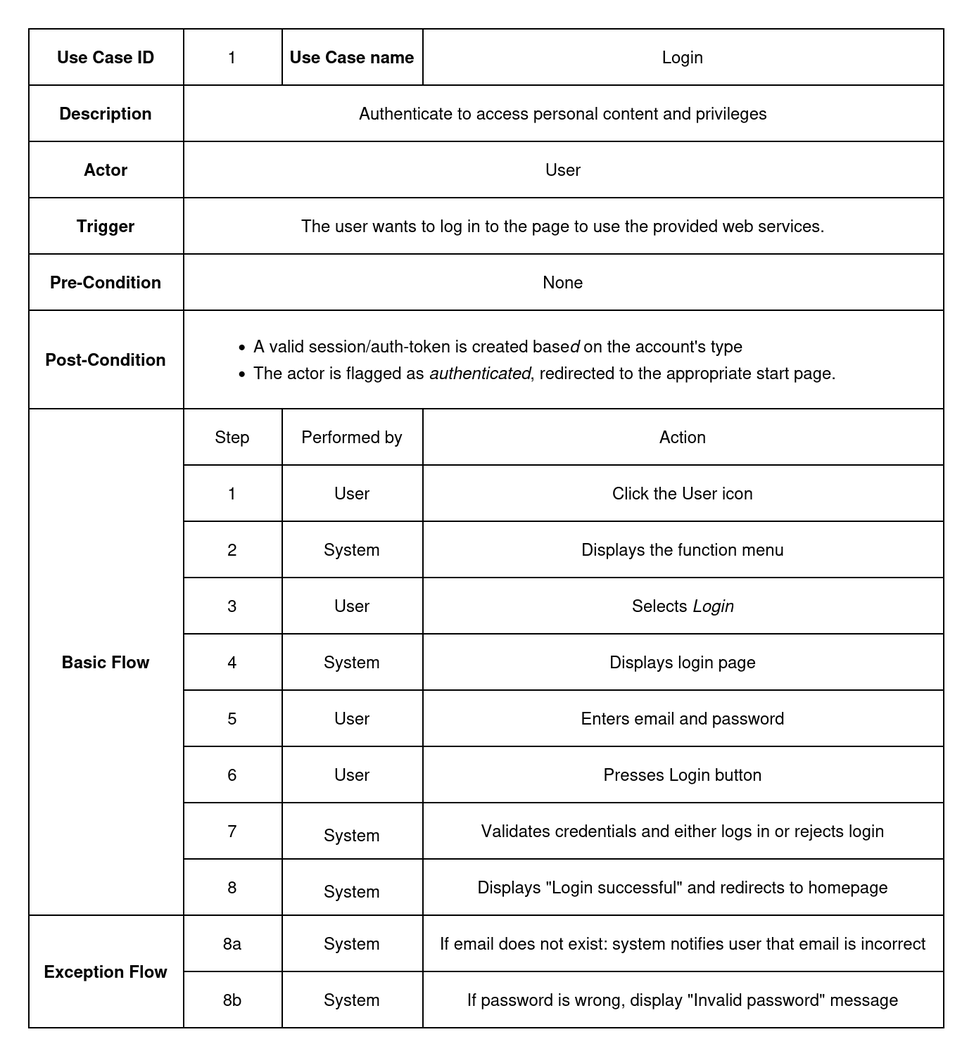
This is documentation/Images/usecase_metadata_card/uc_1_login.drawio.png from auphong2707/itse-laptopshop-management-web-application, a draw.io export, as it was before one commit. Source tidied: cells renumbered, new cells last; positions are measured from the earlier drawing's top-left corner, leaving out a move shared by most shapes.
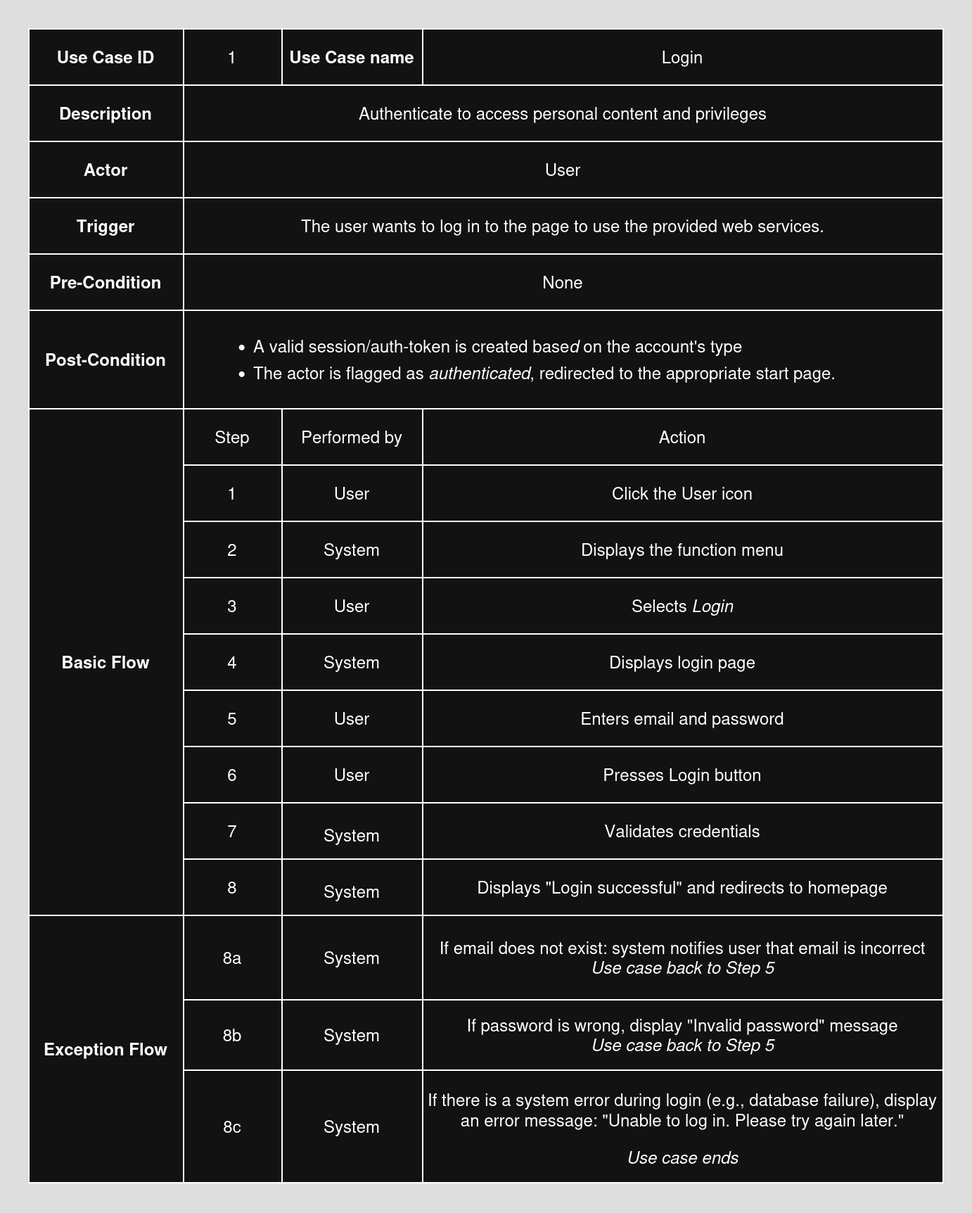
Later version of the same file.

The edit, as a diff of the source:
```diff
@@ -3,7 +3,7 @@
     <mxCell id="0" />
     <mxCell id="1" parent="0" />
     <mxCell id="2" style="shape=table;startSize=0;" parent="1" vertex="1">
-      <mxGeometry width="650" height="710" as="geometry" />
+      <mxGeometry width="650" height="820" as="geometry" />
     </mxCell>
     <mxCell id="3" style="shape=tableRow;horizontal=0;startSize=0;swimlaneHead=0;swimlaneBody=0;strokeColor=inherit;top=0;left=0;bottom=0;right=0;fillColor=none;" parent="2" vertex="1">
       <mxGeometry width="650" height="40" as="geometry" />
@@ -161,7 +161,7 @@
     <mxCell id="54" value="&lt;table&gt;&lt;tbody&gt;&lt;tr&gt;&lt;td class=&quot;max-w-[calc(var(--thread-content-max-width)*2/3)]&quot;&gt;&lt;/td&gt;&lt;/tr&gt;&lt;/tbody&gt;&lt;/table&gt;&lt;table&gt;&lt;tbody&gt;&lt;tr&gt;&lt;td class=&quot;max-w-[calc(var(--thread-content-max-width)*2/3)]&quot;&gt;System&lt;/td&gt;&lt;/tr&gt;&lt;/tbody&gt;&lt;/table&gt;" style="shape=partialRectangle;html=1;whiteSpace=wrap;strokeColor=inherit;overflow=hidden;fillColor=none;top=0;left=0;bottom=0;right=0;" parent="52" vertex="1">
       <mxGeometry x="180" width="100" height="40" as="geometry" />
     </mxCell>
-    <mxCell id="55" value="Validates credentials and either logs in or rejects login" style="shape=partialRectangle;html=1;whiteSpace=wrap;strokeColor=inherit;overflow=hidden;fillColor=none;top=0;left=0;bottom=0;right=0;" parent="52" vertex="1">
+    <mxCell id="55" value="Validates credentials" style="shape=partialRectangle;html=1;whiteSpace=wrap;strokeColor=inherit;overflow=hidden;fillColor=none;top=0;left=0;bottom=0;right=0;" parent="52" vertex="1">
       <mxGeometry x="280" width="370" height="40" as="geometry" />
     </mxCell>
     <mxCell id="56" style="shape=tableRow;horizontal=0;startSize=0;swimlaneHead=0;swimlaneBody=0;strokeColor=inherit;top=0;left=0;bottom=0;right=0;fillColor=none;" parent="2" vertex="1">
@@ -177,31 +177,43 @@
       <mxGeometry x="280" width="370" height="40" as="geometry" />
     </mxCell>
     <mxCell id="60" style="shape=tableRow;horizontal=0;startSize=0;swimlaneHead=0;swimlaneBody=0;strokeColor=inherit;top=0;left=0;bottom=0;right=0;fillColor=none;" parent="2" vertex="1">
-      <mxGeometry y="630" width="650" height="40" as="geometry" />
+      <mxGeometry y="630" width="650" height="60" as="geometry" />
     </mxCell>
-    <mxCell id="61" value="Exception Flow" style="shape=partialRectangle;html=1;whiteSpace=wrap;strokeColor=inherit;overflow=hidden;fillColor=none;top=0;left=0;bottom=0;right=0;fontStyle=1;rowspan=2;colspan=1;" parent="60" vertex="1">
-      <mxGeometry width="110" height="80" as="geometry" />
+    <mxCell id="61" value="Exception Flow" style="shape=partialRectangle;html=1;whiteSpace=wrap;strokeColor=inherit;overflow=hidden;fillColor=none;top=0;left=0;bottom=0;right=0;fontStyle=1;rowspan=3;colspan=1;" parent="60" vertex="1">
+      <mxGeometry width="110" height="190" as="geometry" />
     </mxCell>
     <mxCell id="62" value="8a" style="shape=partialRectangle;html=1;whiteSpace=wrap;strokeColor=inherit;overflow=hidden;fillColor=none;top=0;left=0;bottom=0;right=0;" parent="60" vertex="1">
-      <mxGeometry x="110" width="70" height="40" as="geometry" />
+      <mxGeometry x="110" width="70" height="60" as="geometry" />
     </mxCell>
     <mxCell id="63" value="System" style="shape=partialRectangle;html=1;whiteSpace=wrap;strokeColor=inherit;overflow=hidden;fillColor=none;top=0;left=0;bottom=0;right=0;" parent="60" vertex="1">
-      <mxGeometry x="180" width="100" height="40" as="geometry" />
+      <mxGeometry x="180" width="100" height="60" as="geometry" />
     </mxCell>
-    <mxCell id="64" value="If email does not exist: system notifies user that email is incorrect" style="shape=partialRectangle;html=1;whiteSpace=wrap;strokeColor=inherit;overflow=hidden;fillColor=none;top=0;left=0;bottom=0;right=0;" parent="60" vertex="1">
-      <mxGeometry x="280" width="370" height="40" as="geometry" />
+    <mxCell id="64" value="&lt;div&gt;If email does not exist: system notifies user that email is incorrect&lt;/div&gt;&lt;div&gt;&lt;i&gt;Use case back to Step 5&lt;/i&gt;&lt;/div&gt;" style="shape=partialRectangle;html=1;whiteSpace=wrap;strokeColor=inherit;overflow=hidden;fillColor=none;top=0;left=0;bottom=0;right=0;" parent="60" vertex="1">
+      <mxGeometry x="280" width="370" height="60" as="geometry" />
     </mxCell>
     <mxCell id="65" style="shape=tableRow;horizontal=0;startSize=0;swimlaneHead=0;swimlaneBody=0;strokeColor=inherit;top=0;left=0;bottom=0;right=0;fillColor=none;" parent="2" vertex="1">
-      <mxGeometry y="670" width="650" height="40" as="geometry" />
+      <mxGeometry y="690" width="650" height="50" as="geometry" />
     </mxCell>
     <mxCell id="66" value="8b" style="shape=partialRectangle;html=1;whiteSpace=wrap;strokeColor=inherit;overflow=hidden;fillColor=none;top=0;left=0;bottom=0;right=0;" parent="65" vertex="1">
-      <mxGeometry x="110" width="70" height="40" as="geometry" />
+      <mxGeometry x="110" width="70" height="50" as="geometry" />
     </mxCell>
     <mxCell id="67" value="System" style="shape=partialRectangle;html=1;whiteSpace=wrap;strokeColor=inherit;overflow=hidden;fillColor=none;top=0;left=0;bottom=0;right=0;" parent="65" vertex="1">
-      <mxGeometry x="180" width="100" height="40" as="geometry" />
+      <mxGeometry x="180" width="100" height="50" as="geometry" />
     </mxCell>
-    <mxCell id="68" value="If password is wrong, display &quot;Invalid password&quot; message" style="shape=partialRectangle;html=1;whiteSpace=wrap;strokeColor=inherit;overflow=hidden;fillColor=none;top=0;left=0;bottom=0;right=0;" parent="65" vertex="1">
-      <mxGeometry x="280" width="370" height="40" as="geometry" />
+    <mxCell id="68" value="&lt;div&gt;If password is wrong, display &quot;Invalid password&quot; message&lt;/div&gt;&lt;div&gt;&lt;i&gt;Use case back to Step 5&lt;/i&gt;&lt;/div&gt;" style="shape=partialRectangle;html=1;whiteSpace=wrap;strokeColor=inherit;overflow=hidden;fillColor=none;top=0;left=0;bottom=0;right=0;" parent="65" vertex="1">
+      <mxGeometry x="280" width="370" height="50" as="geometry" />
     </mxCell>
+    <mxCell id="69" style="shape=tableRow;horizontal=0;startSize=0;swimlaneHead=0;swimlaneBody=0;strokeColor=inherit;top=0;left=0;bottom=0;right=0;fillColor=none;" parent="2" vertex="1">
+      <mxGeometry y="740" width="650" height="80" as="geometry" />
+    </mxCell>
+    <mxCell id="70" value="8c" style="shape=partialRectangle;html=1;whiteSpace=wrap;strokeColor=inherit;overflow=hidden;fillColor=none;top=0;left=0;bottom=0;right=0;" parent="69" vertex="1">
+      <mxGeometry x="110" width="70" height="80" as="geometry" />
+    </mxCell>
+    <mxCell id="71" value="System" style="shape=partialRectangle;html=1;whiteSpace=wrap;strokeColor=inherit;overflow=hidden;fillColor=none;top=0;left=0;bottom=0;right=0;" parent="69" vertex="1">
+      <mxGeometry x="180" width="100" height="80" as="geometry" />
+    </mxCell>
+    <mxCell id="72" value="&lt;p style=&quot;white-space: pre-wrap;&quot; dir=&quot;auto&quot;&gt;If there is a system error during login (e.g., database failure), display an error message: &quot;Unable to log in. Please try again later.&quot;&lt;/p&gt;&lt;p style=&quot;white-space: pre-wrap;&quot; dir=&quot;auto&quot;&gt;&lt;i&gt;Use case ends&lt;/i&gt;&lt;/p&gt;" style="shape=partialRectangle;html=1;whiteSpace=wrap;strokeColor=inherit;overflow=hidden;fillColor=none;top=0;left=0;bottom=0;right=0;" parent="69" vertex="1">
+      <mxGeometry x="280" width="370" height="80" as="geometry" />
+    </mxCell>
   </root>
 </mxGraphModel>
```
